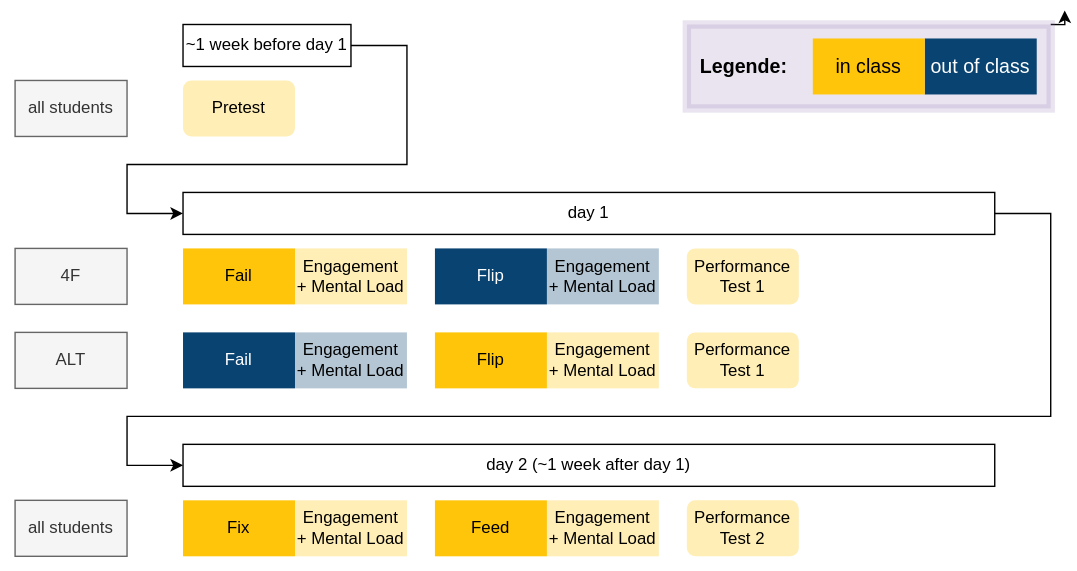
Before: images/Experiment_1_drawio.svg, a diagram exported from draw.io (PHBern-RConrardy/lerngelegenheiten_alt). Source tidied: cells renumbered, new cells last; positions are measured from the earlier drawing's top-left corner, leaving out a move shared by most shapes.
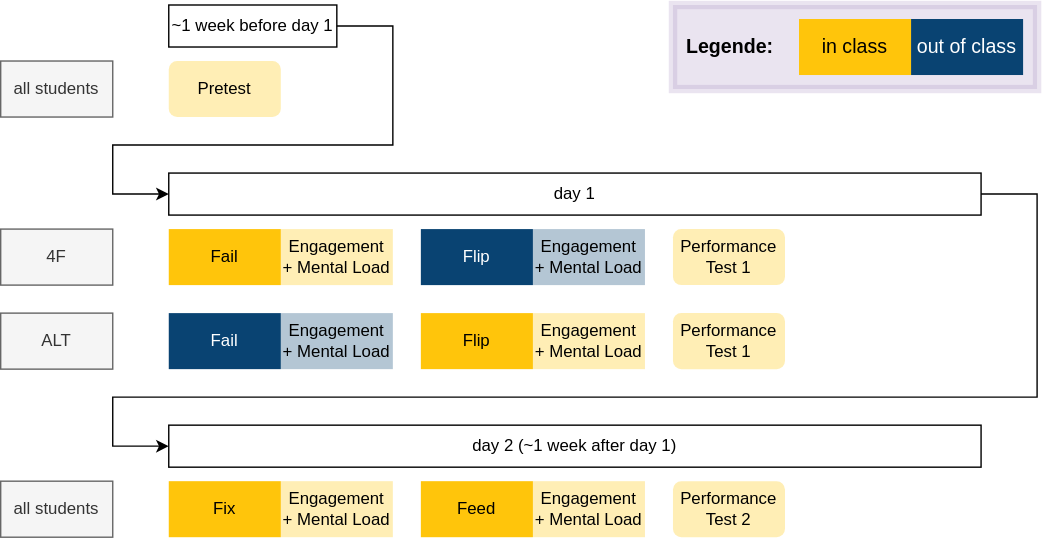
After the change.

What changed in the source:
```diff
@@ -2,9 +2,6 @@
   <root>
     <mxCell id="0" />
     <mxCell id="1" parent="0" />
-    <mxCell id="2" style="rounded=0;whiteSpace=wrap;html=1;strokeColor=none;" parent="1" vertex="1">
-      <mxGeometry width="760" height="400" as="geometry" />
-    </mxCell>
     <mxCell id="3" value="4F" style="rounded=0;whiteSpace=wrap;html=1;fillColor=#f5f5f5;fontColor=#333333;strokeColor=#666666;" parent="1" vertex="1">
       <mxGeometry x="10" y="170" width="80" height="40" as="geometry" />
     </mxCell>
@@ -94,11 +91,6 @@
         </Array>
       </mxGeometry>
     </mxCell>
-    <mxCell id="28" style="edgeStyle=orthogonalEdgeStyle;rounded=0;jettySize=auto;html=1;exitX=1;exitY=0;exitDx=0;exitDy=0;" parent="1" edge="1" source="29">
-      <mxGeometry relative="1" as="geometry">
-        <mxPoint x="760" as="targetPoint" />
-      </mxGeometry>
-    </mxCell>
     <mxCell id="29" value="&lt;p&gt;&lt;b&gt;&lt;font style=&quot;font-size: 14px;&quot;&gt;&amp;nbsp; Legende:&lt;/font&gt;&lt;/b&gt;&lt;/p&gt;" style="rounded=0;whiteSpace=wrap;html=1;align=left;strokeColor=#9478B6;fillColor=#9478B6;opacity=20;strokeWidth=6;" parent="1" vertex="1">
       <mxGeometry x="490" y="10" width="260" height="60" as="geometry" />
     </mxCell>
```
